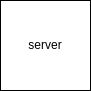
Earlier version of the draw.io export server-side-detailed.drawio.png (qpey/.github). Source tidied: cells renumbered, new cells last; positions are measured from the earlier drawing's top-left corner, leaving out a move shared by most shapes.
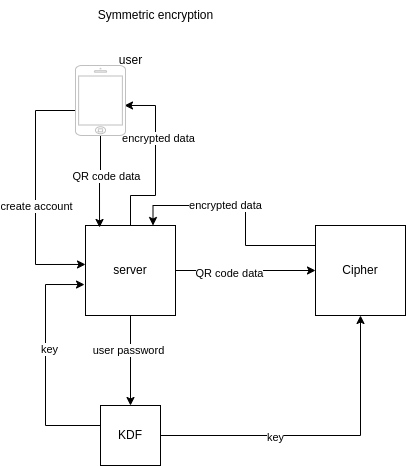
The same diagram one commit later.

Diff of the diagram source:
```diff
@@ -2,8 +2,97 @@
   <root>
     <mxCell id="0" />
     <mxCell id="1" parent="0" />
+    <mxCell id="3" style="edgeStyle=orthogonalEdgeStyle;rounded=0;jettySize=auto;html=1;entryX=0.5;entryY=0;entryDx=0;entryDy=0;" parent="1" edge="1" source="2" target="19">
+      <mxGeometry relative="1" as="geometry" />
+    </mxCell>
+    <mxCell id="4" value="user password" style="edgeLabel;html=1;align=center;verticalAlign=middle;" parent="3" vertex="1">
+      <mxGeometry x="-0.25" y="-3" relative="1" as="geometry" />
+    </mxCell>
+    <mxCell id="5" style="edgeStyle=orthogonalEdgeStyle;rounded=0;jettySize=auto;html=1;" parent="1" edge="1" source="2" target="22">
+      <mxGeometry relative="1" as="geometry" />
+    </mxCell>
+    <mxCell id="6" value="QR code data" style="edgeLabel;html=1;align=center;verticalAlign=middle;" parent="5" vertex="1">
+      <mxGeometry x="-0.24" y="-2" relative="1" as="geometry" />
+    </mxCell>
+    <mxCell id="7" style="edgeStyle=orthogonalEdgeStyle;rounded=0;jettySize=auto;html=1;entryX=0.98;entryY=0.571;entryDx=0;entryDy=0;entryPerimeter=0;" parent="1" edge="1" source="2" target="13">
+      <mxGeometry relative="1" as="geometry">
+        <Array as="points">
+          <mxPoint x="45" y="-30" />
+          <mxPoint x="70" y="-30" />
+          <mxPoint x="70" y="-120" />
+        </Array>
+      </mxGeometry>
+    </mxCell>
+    <mxCell id="8" value="encrypted data" style="edgeLabel;html=1;align=center;verticalAlign=middle;" parent="7" vertex="1">
+      <mxGeometry x="0.28" y="-2" relative="1" as="geometry" />
+    </mxCell>
     <mxCell id="2" value="server" style="whiteSpace=wrap;html=1;" parent="1" vertex="1">
       <mxGeometry width="90" height="90" as="geometry" />
     </mxCell>
+    <mxCell id="9" style="edgeStyle=orthogonalEdgeStyle;rounded=0;jettySize=auto;html=1;entryX=0;entryY=0.433;entryDx=0;entryDy=0;entryPerimeter=0;" parent="1" edge="1" source="13" target="2">
+      <mxGeometry relative="1" as="geometry">
+        <Array as="points">
+          <mxPoint x="-50" y="-115" />
+          <mxPoint x="-50" y="39" />
+        </Array>
+      </mxGeometry>
+    </mxCell>
+    <mxCell id="10" value="create account" style="edgeLabel;html=1;align=center;verticalAlign=middle;" parent="9" vertex="1">
+      <mxGeometry x="-0.23" y="-2" relative="1" as="geometry">
+        <mxPoint x="2" y="41" as="offset" />
+      </mxGeometry>
+    </mxCell>
+    <mxCell id="11" style="edgeStyle=orthogonalEdgeStyle;rounded=0;jettySize=auto;html=1;entryX=0.156;entryY=0.022;entryDx=0;entryDy=0;entryPerimeter=0;" parent="1" edge="1" source="13" target="2">
+      <mxGeometry relative="1" as="geometry" />
+    </mxCell>
+    <mxCell id="12" value="QR code data" style="edgeLabel;html=1;align=center;verticalAlign=middle;" parent="11" vertex="1">
+      <mxGeometry x="-0.52" y="3" relative="1" as="geometry">
+        <mxPoint x="2" y="18" as="offset" />
+      </mxGeometry>
+    </mxCell>
+    <mxCell id="13" style="html=1;verticalLabelPosition=bottom;labelBackgroundColor=#ffffff;verticalAlign=top;shadow=0;dashed=0;strokeWidth=1;shape=mxgraph.ios7.misc.iphone;strokeColor=#c0c0c0;" parent="1" vertex="1">
+      <mxGeometry x="-10" y="-160" width="50" height="70" as="geometry" />
+    </mxCell>
+    <mxCell id="14" value="user" style="text;html=1;align=center;verticalAlign=middle;strokeColor=none;fillColor=none;" parent="1" vertex="1">
+      <mxGeometry x="20" y="-180" width="50" height="30" as="geometry" />
+    </mxCell>
+    <mxCell id="15" style="edgeStyle=orthogonalEdgeStyle;rounded=0;jettySize=auto;html=1;entryX=-0.011;entryY=0.656;entryDx=0;entryDy=0;entryPerimeter=0;" parent="1" edge="1" source="19" target="2">
+      <mxGeometry relative="1" as="geometry">
+        <Array as="points">
+          <mxPoint x="-40" y="200" />
+          <mxPoint x="-40" y="59" />
+        </Array>
+      </mxGeometry>
+    </mxCell>
+    <mxCell id="16" value="key" style="edgeLabel;html=1;align=center;verticalAlign=middle;" parent="15" vertex="1">
+      <mxGeometry x="0.13" y="-3" relative="1" as="geometry" />
+    </mxCell>
+    <mxCell id="17" style="edgeStyle=orthogonalEdgeStyle;rounded=0;jettySize=auto;html=1;entryX=0.5;entryY=1;entryDx=0;entryDy=0;" parent="1" edge="1" source="19" target="22">
+      <mxGeometry relative="1" as="geometry" />
+    </mxCell>
+    <mxCell id="18" value="key" style="edgeLabel;html=1;align=center;verticalAlign=middle;" parent="17" vertex="1">
+      <mxGeometry x="-0.29" y="-1" relative="1" as="geometry" />
+    </mxCell>
+    <mxCell id="19" value="KDF" style="whiteSpace=wrap;html=1;" parent="1" vertex="1">
+      <mxGeometry x="15" y="180" width="60" height="60" as="geometry" />
+    </mxCell>
+    <mxCell id="20" style="edgeStyle=orthogonalEdgeStyle;rounded=0;jettySize=auto;html=1;entryX=0.75;entryY=0;entryDx=0;entryDy=0;" parent="1" edge="1" source="22" target="2">
+      <mxGeometry relative="1" as="geometry">
+        <Array as="points">
+          <mxPoint x="160" y="20" />
+          <mxPoint x="160" y="-20" />
+          <mxPoint x="68" y="-20" />
+        </Array>
+      </mxGeometry>
+    </mxCell>
+    <mxCell id="21" value="encrypted data" style="edgeLabel;html=1;align=center;verticalAlign=middle;" parent="20" vertex="1">
+      <mxGeometry x="0.18" y="-1" relative="1" as="geometry" />
+    </mxCell>
+    <mxCell id="22" value="Cipher" style="whiteSpace=wrap;html=1;" parent="1" vertex="1">
+      <mxGeometry x="230" width="90" height="90" as="geometry" />
+    </mxCell>
+    <mxCell id="23" value="Symmetric encryption" style="text;html=1;align=center;verticalAlign=middle;strokeColor=none;fillColor=none;" parent="1" vertex="1">
+      <mxGeometry y="-225" width="140" height="30" as="geometry" />
+    </mxCell>
   </root>
 </mxGraphModel>
```
